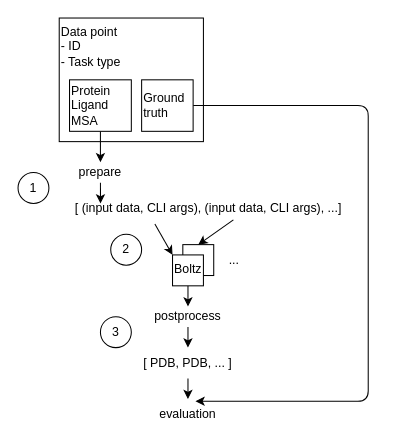
Earlier version of the draw.io diagram hackathon/img/overview.drawio (emdgroup/boltz-hackathon-template). Source tidied: cells renumbered, new cells numbered last; positions are measured from the earlier drawing's top-left corner, leaving out a move shared by most shapes. Both pictures are drawn from the tidied source at 103%, with x=0, y=0 at pixel (18, 18).
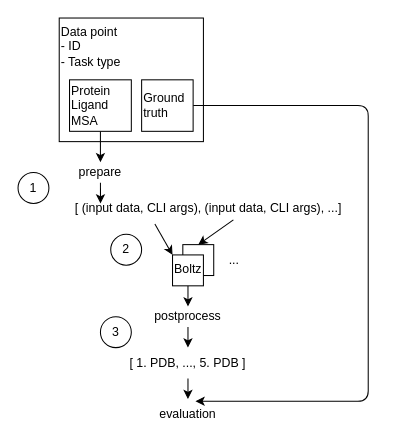
After the change.

Commit message (it also covers changes not shown here):
Clarify in diagram that there are 5 predictions

The edit, as a diff of the source:
```diff
@@
-    <mxCell id="19" value="&lt;font style=&quot;color: light-dark(rgb(0, 0, 0), rgb(255, 255, 255));&quot;&gt;[ PDB, PDB, ... ]&lt;/font&gt;" style="text;html=1;align=center;verticalAlign=middle;whiteSpace=wrap;rounded=0;" parent="1" vertex="1">
+    <mxCell id="19" value="&lt;font style=&quot;color: light-dark(rgb(0, 0, 0), rgb(255, 255, 255));&quot;&gt;[ 1. PDB, ..., 5. PDB ]&lt;/font&gt;" style="text;html=1;align=center;verticalAlign=middle;whiteSpace=wrap;rounded=0;" parent="1" vertex="1">
       <mxGeometry y="320" width="330" height="30" as="geometry" />
     </mxCell>
```
